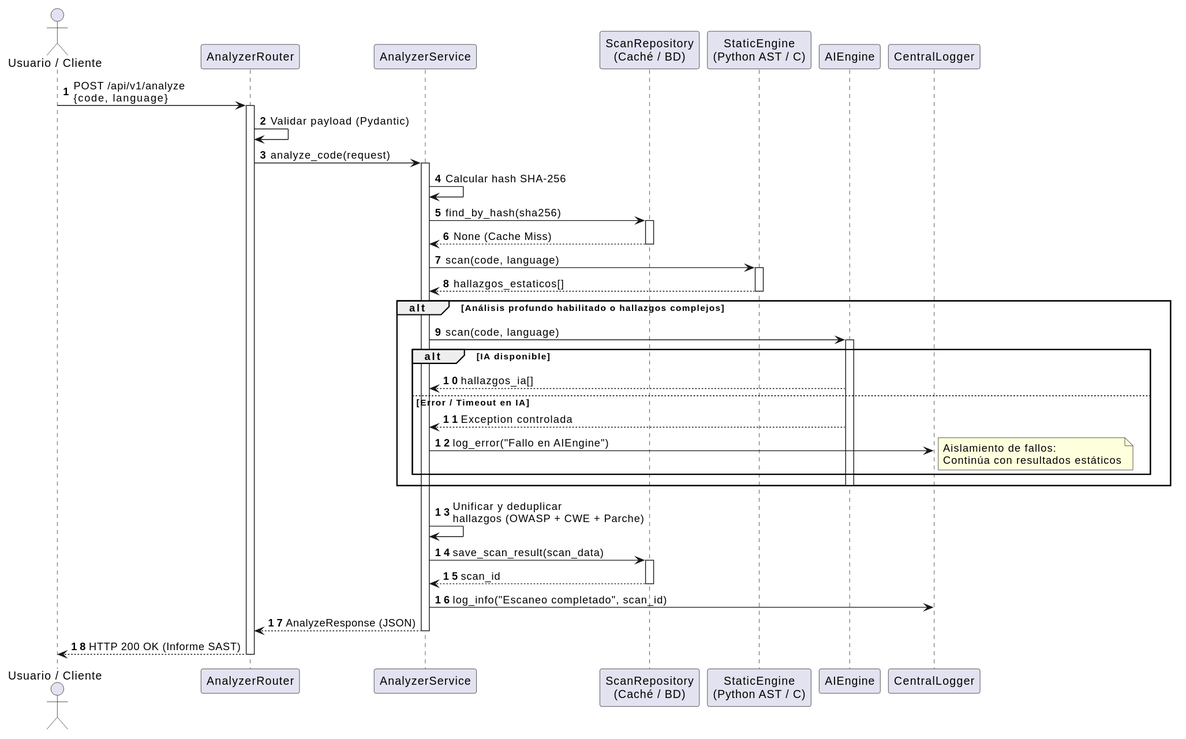
Before: Documentos/Diagramas/secuencia_analisis/secuencia_analisis.svg, a diagram exported from PlantUML (EVerjanoPerez/tfg-devsecops-analyzer). The source it was exported from:
```plantuml
@startuml
autonumber
skinparam shadowing false

actor "Usuario / Cliente" as Client
participant "AnalyzerRouter" as Router
participant "AnalyzerService" as Service
participant "ScanRepository\n(Caché / BD)" as Repo
participant "StaticEngine\n(Python AST / C)" as Static
participant "AIEngine" as AI
participant "CentralLogger" as Logger

Client -> Router : POST /api/v1/analyze\n{code, language}
activate Router

Router -> Router : Validar payload (Pydantic)
Router -> Service : analyze_code(request)
activate Service

Service -> Service : Calcular hash SHA-256
Service -> Repo : find_by_hash(sha256)
activate Repo
Repo --> Service : None (Cache Miss)
deactivate Repo

Service -> Static : scan(code, language)
activate Static
Static --> Service : hallazgos_estaticos[]
deactivate Static

alt Análisis profundo habilitado o hallazgos complejos
  Service -> AI : scan(code, language)
  activate AI
  alt IA disponible
    AI --> Service : hallazgos_ia[]
  else Error / Timeout en IA
    AI --> Service : Exception controlada
    Service -> Logger : log_error("Fallo en AIEngine")
    note right: Aislamiento de fallos:\nContinúa con resultados estáticos
  end
  deactivate AI
end

Service -> Service : Unificar y deduplicar\nhallazgos (OWASP + CWE + Parche)

Service -> Repo : save_scan_result(scan_data)
activate Repo
Repo --> Service : scan_id
deactivate Repo

Service -> Logger : log_info("Escaneo completado", scan_id)
Service --> Router : AnalyzeResponse (JSON)
deactivate Service

Router --> Client : HTTP 200 OK (Informe SAST)
deactivate Router
@enduml
```
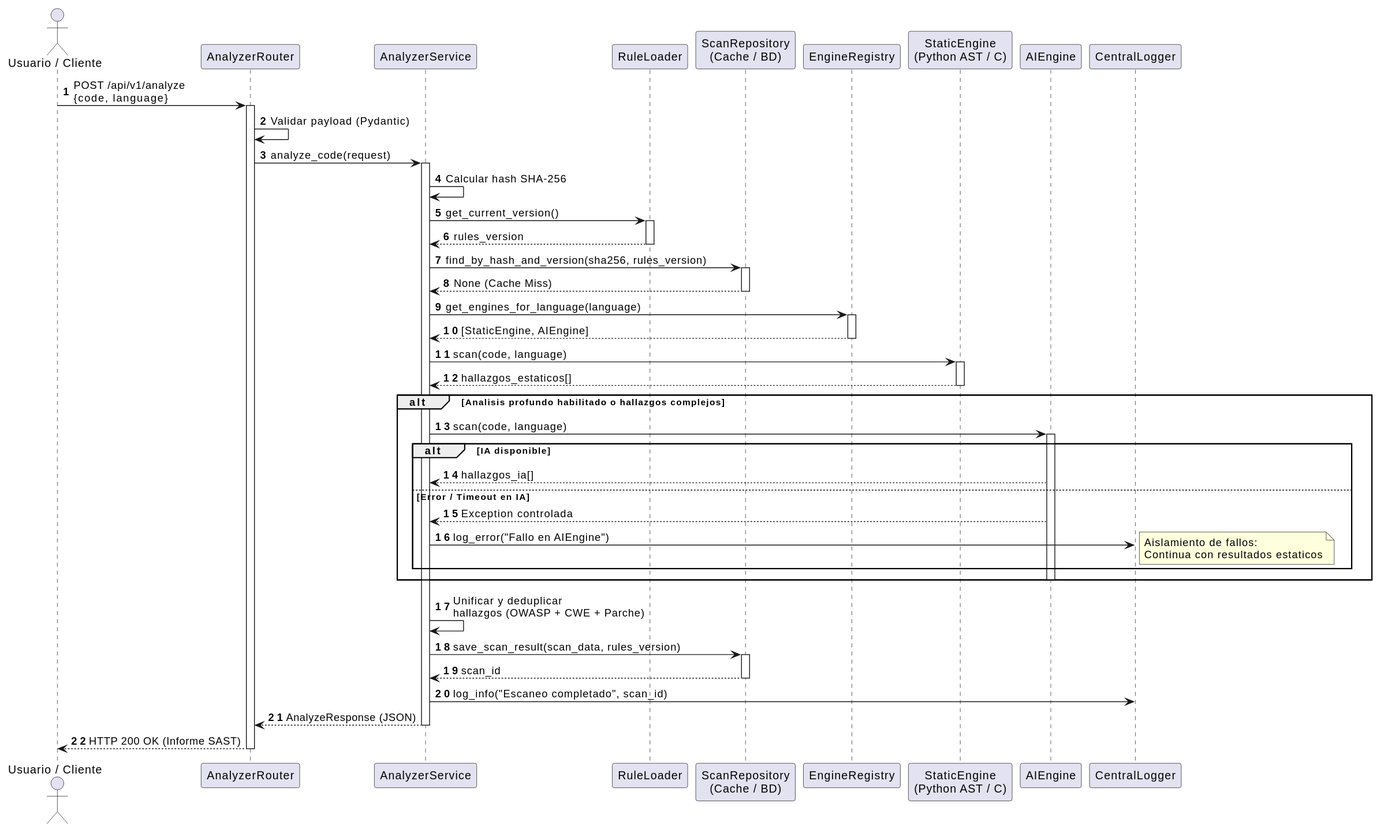
The same file after the commit.

The edit, as a diff of the source:
```diff
@@ -5,7 +5,9 @@
 actor "Usuario / Cliente" as Client
 participant "AnalyzerRouter" as Router
 participant "AnalyzerService" as Service
-participant "ScanRepository\n(Caché / BD)" as Repo
+participant "RuleLoader" as Loader
+participant "ScanRepository\n(Cache / BD)" as Repo
+participant "EngineRegistry" as Registry
 participant "StaticEngine\n(Python AST / C)" as Static
 participant "AIEngine" as AI
 participant "CentralLogger" as Logger
@@ -18,17 +20,27 @@
 activate Service
 
 Service -> Service : Calcular hash SHA-256
-Service -> Repo : find_by_hash(sha256)
+Service -> Loader : get_current_version()
+activate Loader
+Loader --> Service : rules_version
+deactivate Loader
+
+Service -> Repo : find_by_hash_and_version(sha256, rules_version)
 activate Repo
 Repo --> Service : None (Cache Miss)
 deactivate Repo
+
+Service -> Registry : get_engines_for_language(language)
+activate Registry
+Registry --> Service : [StaticEngine, AIEngine]
+deactivate Registry
 
 Service -> Static : scan(code, language)
 activate Static
 Static --> Service : hallazgos_estaticos[]
 deactivate Static
 
-alt Análisis profundo habilitado o hallazgos complejos
+alt Analisis profundo habilitado o hallazgos complejos
   Service -> AI : scan(code, language)
   activate AI
   alt IA disponible
@@ -36,14 +48,14 @@
   else Error / Timeout en IA
     AI --> Service : Exception controlada
     Service -> Logger : log_error("Fallo en AIEngine")
-    note right: Aislamiento de fallos:\nContinúa con resultados estáticos
+    note right: Aislamiento de fallos:\nContinua con resultados estaticos
   end
   deactivate AI
 end
 
 Service -> Service : Unificar y deduplicar\nhallazgos (OWASP + CWE + Parche)
 
-Service -> Repo : save_scan_result(scan_data)
+Service -> Repo : save_scan_result(scan_data, rules_version)
 activate Repo
 Repo --> Service : scan_id
 deactivate Repo
```
